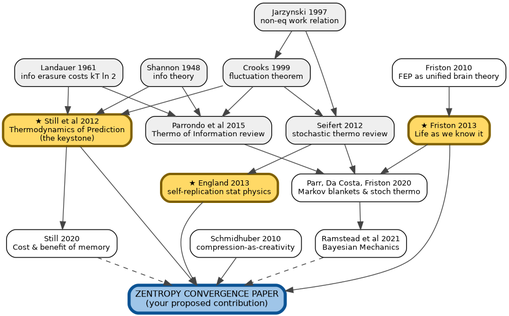
Above: landscape.png in avantgardnerio/zentropy (Graphviz), before the change. Its source is kept beside it as landscape.dot.
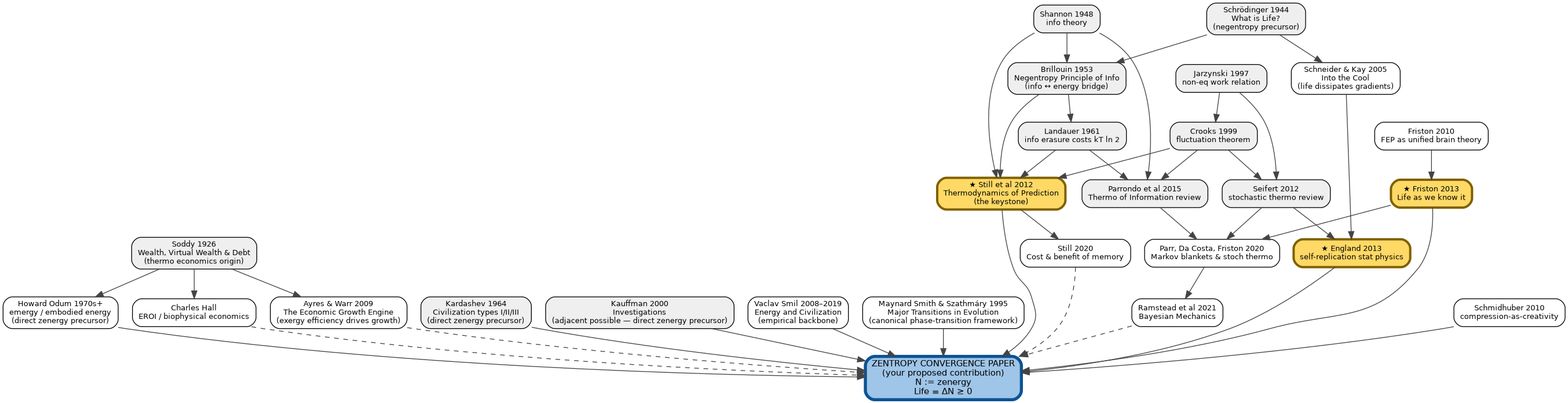
Above is the later version.

The edit, as a diff of the source:
```diff
@@ -5,12 +5,24 @@
     node [shape=box, style="rounded,filled", fontname="Helvetica", fontsize=10, fillcolor="white"];
     edge [fontname="Helvetica", fontsize=9, color="#444444"];
 
-    Shannon    [label="Shannon 1948\ninfo theory", fillcolor="#efefef"];
-    Landauer   [label="Landauer 1961\ninfo erasure costs kT ln 2", fillcolor="#efefef"];
-    Jarzynski  [label="Jarzynski 1997\nnon-eq work relation", fillcolor="#efefef"];
-    Crooks     [label="Crooks 1999\nfluctuation theorem", fillcolor="#efefef"];
-    Seifert    [label="Seifert 2012\nstochastic thermo review", fillcolor="#efefef"];
-    Parrondo   [label="Parrondo et al 2015\nThermo of Information review", fillcolor="#efefef"];
+    Soddy26       [label="Soddy 1926\nWealth, Virtual Wealth & Debt\n(thermo economics origin)", fillcolor="#efefef"];
+    Schrodinger44 [label="Schrödinger 1944\nWhat is Life?\n(negentropy precursor)", fillcolor="#efefef"];
+    Shannon       [label="Shannon 1948\ninfo theory", fillcolor="#efefef"];
+    Brillouin53   [label="Brillouin 1953\nNegentropy Principle of Info\n(info ↔ energy bridge)", fillcolor="#efefef"];
+    Landauer      [label="Landauer 1961\ninfo erasure costs kT ln 2", fillcolor="#efefef"];
+    Kardashev64   [label="Kardashev 1964\nCivilization types I/II/III\n(direct zenergy precursor)", fillcolor="#efefef"];
+    Jarzynski     [label="Jarzynski 1997\nnon-eq work relation", fillcolor="#efefef"];
+    Crooks        [label="Crooks 1999\nfluctuation theorem", fillcolor="#efefef"];
+    Kauffman00    [label="Kauffman 2000\nInvestigations\n(adjacent possible — direct zenergy precursor)", fillcolor="#efefef"];
+    Seifert       [label="Seifert 2012\nstochastic thermo review", fillcolor="#efefef"];
+    Parrondo      [label="Parrondo et al 2015\nThermo of Information review", fillcolor="#efefef"];
+
+    Odum       [label="Howard Odum 1970s+\nemergy / embodied energy\n(direct zenergy precursor)"];
+    Hall       [label="Charles Hall\nEROI / biophysical economics"];
+    AyresWarr09 [label="Ayres & Warr 2009\nThe Economic Growth Engine\n(exergy efficiency drives growth)"];
+    SchnKay05  [label="Schneider & Kay 2005\nInto the Cool\n(life dissipates gradients)"];
+    Smil       [label="Vaclav Smil 2008–2019\nEnergy and Civilization\n(empirical backbone)"];
+    MSS95      [label="Maynard Smith &amp; Szathmáry 1995\nMajor Transitions in Evolution\n(canonical phase-transition framework)"];
 
     Still12    [label="★ Still et al 2012\nThermodynamics of Prediction\n(the keystone)",
                 fillcolor="#ffd966", color="#7f6000", penwidth=3];
@@ -25,31 +37,49 @@
     Still20    [label="Still 2020\nCost & benefit of memory"];
     Ramstead   [label="Ramstead et al 2021\nBayesian Mechanics"];
 
-    Zentropy   [label="ZENTROPY CONVERGENCE PAPER\n(your proposed contribution)",
+    Zentropy   [label="ZENTROPY CONVERGENCE PAPER\n(your proposed contribution)\nN := zenergy\nLife ≡ ∆N ≥ 0",
                 shape=box, style="rounded,filled", fillcolor="#9fc5e8", color="#0b5394",
                 penwidth=4, fontsize=11];
 
-    Shannon    -> Still12;
-    Shannon    -> Parrondo;
-    Landauer   -> Parrondo;
-    Landauer   -> Still12;
-    Jarzynski  -> Crooks;
-    Jarzynski  -> Seifert;
-    Crooks     -> Seifert;
-    Crooks     -> Still12;
-    Crooks     -> Parrondo;
-    Seifert    -> England13;
-    Seifert    -> ParrDaC;
-    Parrondo   -> ParrDaC;
-    Still12    -> Still20;
-    Still12    -> Zentropy;
-    England13  -> Zentropy;
-    Friston10  -> Friston13;
-    Friston13  -> ParrDaC;
-    Friston13  -> Zentropy;
-    ParrDaC    -> Ramstead;
+    Schrodinger44 -> Brillouin53;
+    Schrodinger44 -> SchnKay05;
+    Soddy26       -> Hall;
+    Soddy26       -> Odum;
+    Soddy26       -> AyresWarr09;
+    Shannon       -> Brillouin53;
+    Shannon       -> Still12;
+    Shannon       -> Parrondo;
+    Brillouin53   -> Landauer;
+    Brillouin53   -> Still12;
+    Landauer      -> Parrondo;
+    Landauer      -> Still12;
+    Jarzynski     -> Crooks;
+    Jarzynski     -> Seifert;
+    Crooks        -> Seifert;
+    Crooks        -> Still12;
+    Crooks        -> Parrondo;
+    Seifert       -> England13;
+    Seifert       -> ParrDaC;
+    Parrondo      -> ParrDaC;
+    SchnKay05     -> England13;
+
+    Still12   -> Still20;
+    Still12   -> Zentropy;
+    England13 -> Zentropy;
+    Friston10 -> Friston13;
+    Friston13 -> ParrDaC;
+    Friston13 -> Zentropy;
+    ParrDaC   -> Ramstead;
     Schmidhuber -> Zentropy;
 
-    Ramstead   -> Zentropy [style=dashed];
-    Still20    -> Zentropy [style=dashed];
+    Kardashev64 -> Zentropy;
+    Kauffman00  -> Zentropy;
+    Odum        -> Zentropy;
+
+    Hall        -> Zentropy [style=dashed];
+    AyresWarr09 -> Zentropy [style=dashed];
+    Smil        -> Zentropy;
+    MSS95       -> Zentropy;
+    Ramstead    -> Zentropy [style=dashed];
+    Still20     -> Zentropy [style=dashed];
 }
```
